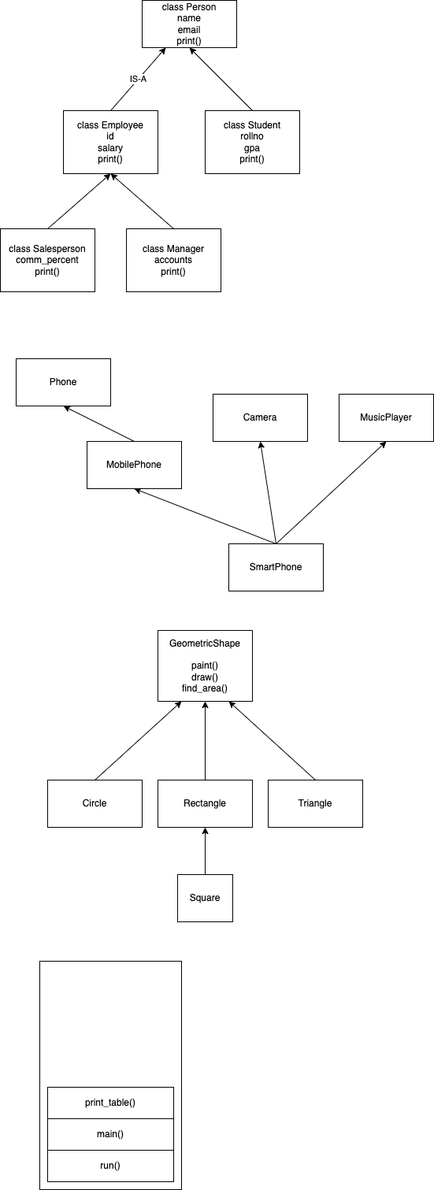
Before: examples/concepts.dio.png, a diagram exported from draw.io (vinod-kayartaya/target-python-june-2024-2). Source tidied: cells renumbered, new cells last; positions are measured from the earlier drawing's top-left corner, leaving out a move shared by most shapes.
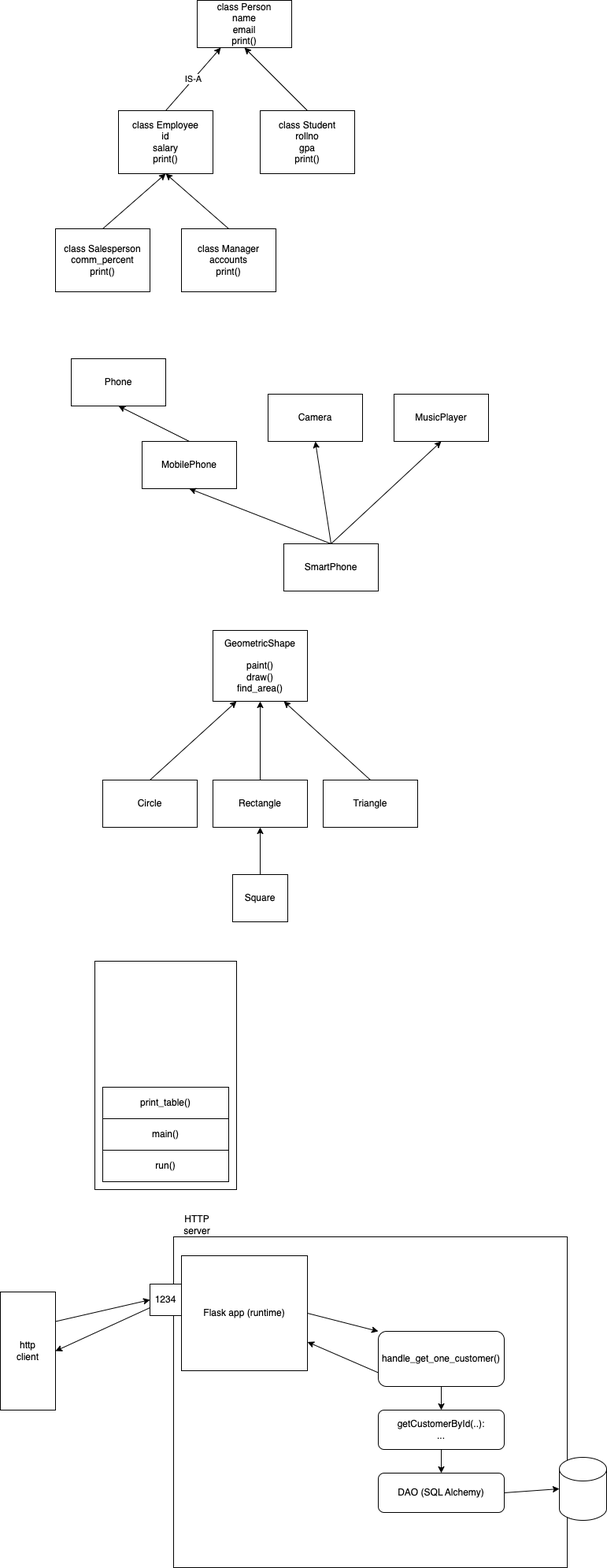
The same diagram one commit later.

Commit message:
Flask REST demo

Change to the diagram source:
```diff
@@ -95,5 +95,53 @@
     <mxCell id="32" value="print_table()" style="rounded=0;whiteSpace=wrap;html=1;" parent="1" vertex="1">
       <mxGeometry x="60" y="1380" width="160" height="40" as="geometry" />
     </mxCell>
+    <mxCell id="33" style="edgeStyle=none;html=1;exitX=1;exitY=0.25;exitDx=0;exitDy=0;entryX=0;entryY=0.5;entryDx=0;entryDy=0;" parent="1" edge="1" source="34" target="38">
+      <mxGeometry relative="1" as="geometry" />
+    </mxCell>
+    <mxCell id="34" value="http&lt;br&gt;client" style="rounded=0;whiteSpace=wrap;html=1;" parent="1" vertex="1">
+      <mxGeometry x="-70" y="1640" width="70" height="150" as="geometry" />
+    </mxCell>
+    <mxCell id="35" style="rounded=0;whiteSpace=wrap;html=1;" parent="1" vertex="1">
+      <mxGeometry x="150" y="1570" width="500" height="420" as="geometry" />
+    </mxCell>
+    <mxCell id="36" value="HTTP server" style="text;html=1;strokeColor=none;fillColor=none;align=center;verticalAlign=middle;whiteSpace=wrap;rounded=0;" parent="1" vertex="1">
+      <mxGeometry x="150" y="1540" width="60" height="30" as="geometry" />
+    </mxCell>
+    <mxCell id="37" style="edgeStyle=none;html=1;exitX=0;exitY=0.75;exitDx=0;exitDy=0;entryX=1;entryY=0.5;entryDx=0;entryDy=0;" parent="1" edge="1" source="38" target="34">
+      <mxGeometry relative="1" as="geometry" />
+    </mxCell>
+    <mxCell id="38" value="1234" style="rounded=0;whiteSpace=wrap;html=1;" parent="1" vertex="1">
+      <mxGeometry x="120" y="1630" width="40" height="40" as="geometry" />
+    </mxCell>
+    <mxCell id="39" style="edgeStyle=none;html=1;exitX=1;exitY=0.5;exitDx=0;exitDy=0;entryX=0;entryY=0;entryDx=0;entryDy=0;" parent="1" edge="1" source="40" target="43">
+      <mxGeometry relative="1" as="geometry" />
+    </mxCell>
+    <mxCell id="40" value="Flask app (runtime)" style="rounded=0;whiteSpace=wrap;html=1;" parent="1" vertex="1">
+      <mxGeometry x="160" y="1594" width="160" height="146" as="geometry" />
+    </mxCell>
+    <mxCell id="41" style="edgeStyle=none;html=1;exitX=0.5;exitY=1;exitDx=0;exitDy=0;entryX=0.5;entryY=0;entryDx=0;entryDy=0;" parent="1" edge="1" source="43" target="45">
+      <mxGeometry relative="1" as="geometry" />
+    </mxCell>
+    <mxCell id="42" style="edgeStyle=none;html=1;exitX=0;exitY=0.75;exitDx=0;exitDy=0;entryX=1;entryY=0.75;entryDx=0;entryDy=0;" parent="1" edge="1" source="43" target="40">
+      <mxGeometry relative="1" as="geometry" />
+    </mxCell>
+    <mxCell id="43" value="handle_get_one_customer()" style="rounded=1;whiteSpace=wrap;html=1;" parent="1" vertex="1">
+      <mxGeometry x="410" y="1690" width="160" height="70" as="geometry" />
+    </mxCell>
+    <mxCell id="44" style="edgeStyle=none;html=1;exitX=0.5;exitY=1;exitDx=0;exitDy=0;entryX=0.5;entryY=0;entryDx=0;entryDy=0;" parent="1" edge="1" source="45" target="47">
+      <mxGeometry relative="1" as="geometry" />
+    </mxCell>
+    <mxCell id="45" value="getCustomerById(..):&lt;br&gt;..." style="rounded=1;whiteSpace=wrap;html=1;" parent="1" vertex="1">
+      <mxGeometry x="410" y="1790" width="160" height="50" as="geometry" />
+    </mxCell>
+    <mxCell id="46" style="edgeStyle=none;html=1;exitX=1;exitY=0.5;exitDx=0;exitDy=0;entryX=0;entryY=0.5;entryDx=0;entryDy=0;entryPerimeter=0;" parent="1" edge="1" source="47" target="48">
+      <mxGeometry relative="1" as="geometry" />
+    </mxCell>
+    <mxCell id="47" value="DAO (SQL Alchemy)" style="rounded=1;whiteSpace=wrap;html=1;" parent="1" vertex="1">
+      <mxGeometry x="410" y="1870" width="160" height="50" as="geometry" />
+    </mxCell>
+    <mxCell id="48" style="shape=cylinder3;whiteSpace=wrap;html=1;boundedLbl=1;backgroundOutline=1;size=15;" parent="1" vertex="1">
+      <mxGeometry x="640" y="1850" width="60" height="80" as="geometry" />
+    </mxCell>
   </root>
 </mxGraphModel>
```
